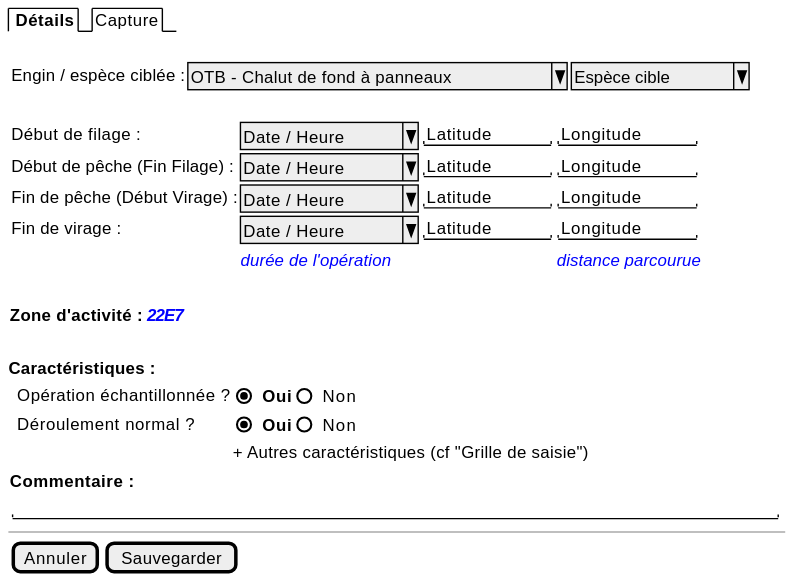
Before: projects/obsmer/spe/images/operation-trawl.svg, a diagram exported from PlantUML (sumaris-net/sumaris-doc).
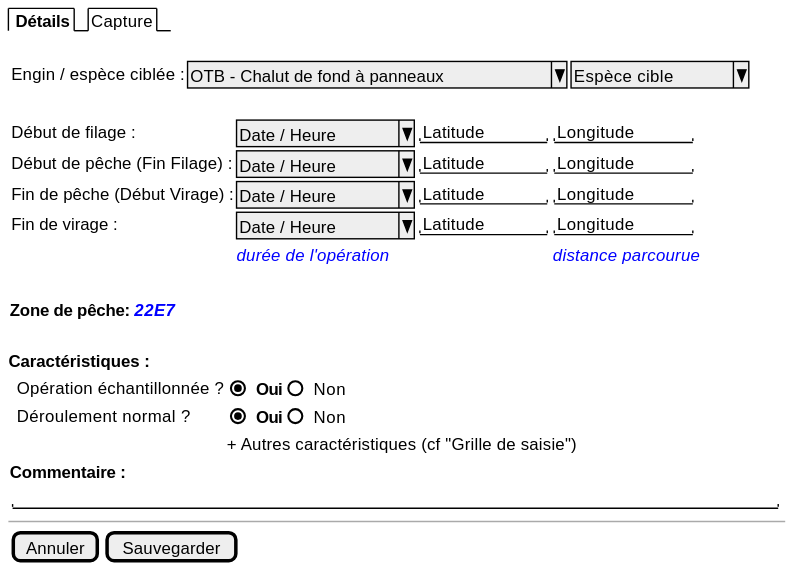
Later version of the same file.

The edit, as a diff of the source:
```diff
@@ -16,7 +16,7 @@
     }
     .
     {
-    <b>Zone d'activité : <i><color:blue>22E7
+    <b>Zone de pêche: <i><color:blue>22E7
     }
     .
 
```
